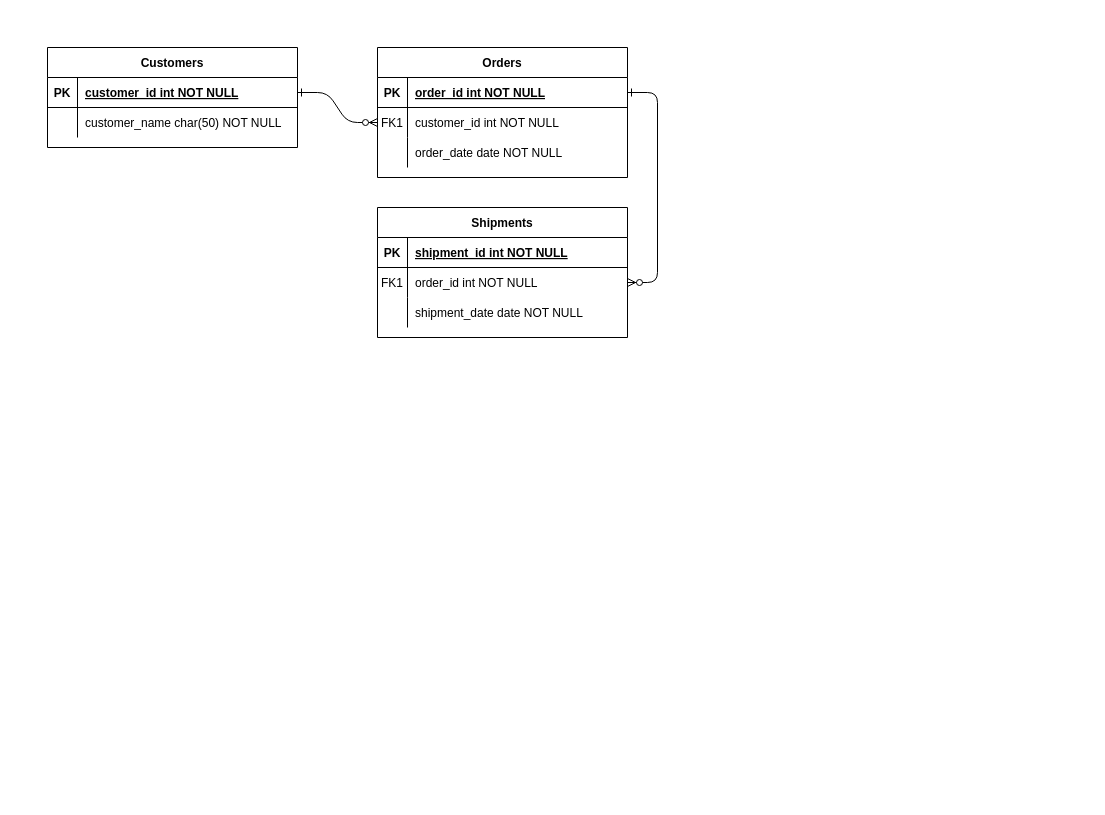
Before: db_modeling.drawio in MecaAlex/databases, a draw.io diagram. Source tidied: cells renumbered, new cells numbered last; positions are measured from the earlier drawing's top-left corner, leaving out a move shared by most shapes. Both pictures are drawn from the tidied source at 100%, with x=0, y=0 at pixel (47, 47).
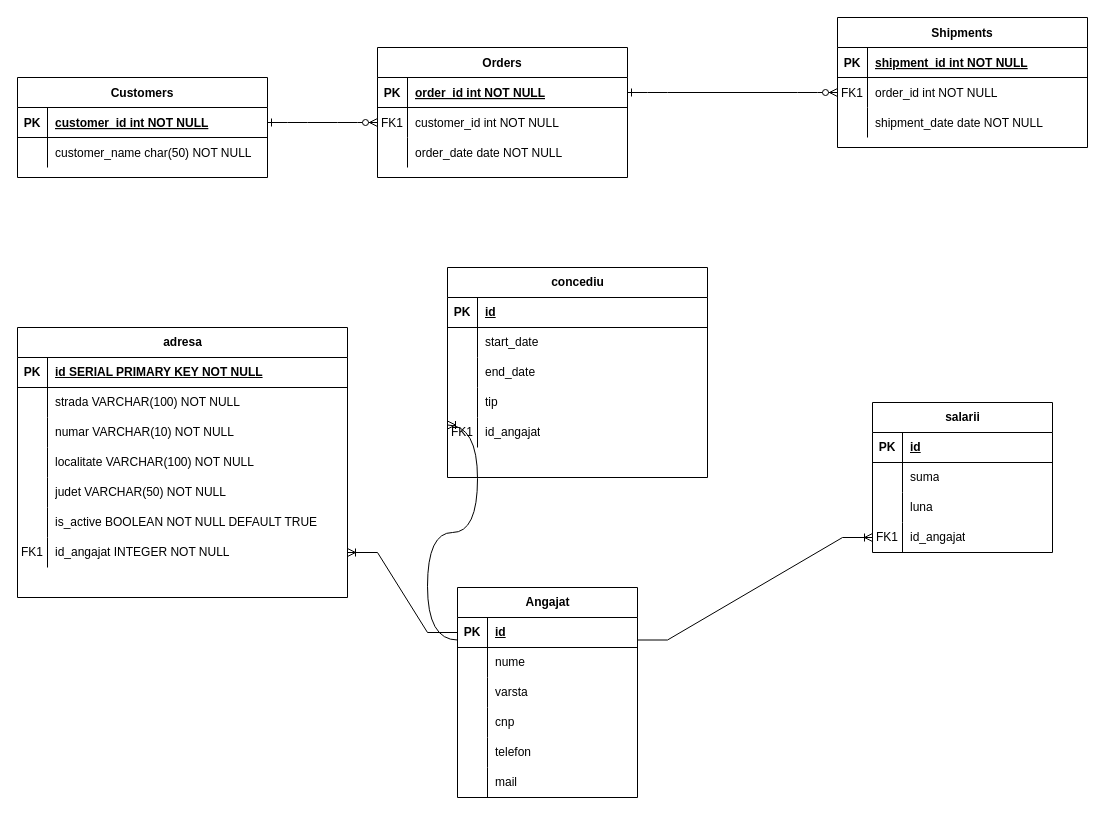
After the change.

Change to the diagram source:
```diff
@@
     <mxCell id="14" value="Shipments" style="shape=table;startSize=30;childLayout=tableLayout;rowLines=0;fontStyle=1;align=center;" parent="1" vertex="1">
-      <mxGeometry x="330" y="160" width="250" height="130" as="geometry" />
+      <mxGeometry x="790" y="-30" width="250" height="130" as="geometry" />
     </mxCell>
@@
     <mxCell id="24" value="Customers" style="shape=table;startSize=30;childLayout=tableLayout;rowLines=0;fontStyle=1;align=center;" parent="1" vertex="1">
-      <mxGeometry width="250" height="100" as="geometry" />
+      <mxGeometry x="-30" y="30" width="250" height="100" as="geometry" />
     </mxCell>
@@
+    <mxCell id="31" value="Angajat" style="shape=table;startSize=30;childLayout=tableLayout;rowLines=0;fontStyle=1;align=center;html=1;" parent="1" vertex="1">
+      <mxGeometry x="410" y="540" width="180" height="210" as="geometry" />
+    </mxCell>
+    <mxCell id="32" style="shape=tableRow;horizontal=0;startSize=0;swimlaneHead=0;swimlaneBody=0;fillColor=none;points=[[0,0.5],[1,0.5]];portConstraint=eastwest;top=0;left=0;right=0;bottom=1;" parent="31" vertex="1">
+      <mxGeometry y="30" width="180" height="30" as="geometry" />
+    </mxCell>
+    <mxCell id="33" value="PK" style="shape=partialRectangle;fillColor=none;top=0;left=0;bottom=0;right=0;fontStyle=1;overflow=hidden;whiteSpace=wrap;html=1;" parent="32" vertex="1">
+      <mxGeometry width="30" height="30" as="geometry" />
+    </mxCell>
+    <mxCell id="34" value="id" style="shape=partialRectangle;fillColor=none;top=0;left=0;bottom=0;right=0;align=left;spacingLeft=6;fontStyle=5;overflow=hidden;whiteSpace=wrap;html=1;" parent="32" vertex="1">
+      <mxGeometry x="30" width="150" height="30" as="geometry" />
+    </mxCell>
+    <mxCell id="35" style="shape=tableRow;horizontal=0;startSize=0;swimlaneHead=0;swimlaneBody=0;fillColor=none;top=0;left=0;right=0;bottom=0;" parent="31" vertex="1">
+      <mxGeometry y="60" width="180" height="30" as="geometry" />
+    </mxCell>
+    <mxCell id="36" style="shape=partialRectangle;fillColor=none;top=0;left=0;bottom=0;right=0;overflow=hidden;whiteSpace=wrap;html=1;" parent="35" vertex="1">
+      <mxGeometry width="30" height="30" as="geometry" />
+    </mxCell>
+    <mxCell id="37" value="nume" style="shape=partialRectangle;fillColor=none;top=0;left=0;bottom=0;right=0;align=left;spacingLeft=6;overflow=hidden;whiteSpace=wrap;html=1;" parent="35" vertex="1">
+      <mxGeometry x="30" width="150" height="30" as="geometry" />
+    </mxCell>
+    <mxCell id="38" style="shape=tableRow;horizontal=0;startSize=0;swimlaneHead=0;swimlaneBody=0;fillColor=none;top=0;left=0;right=0;bottom=0;" parent="31" vertex="1">
+      <mxGeometry y="90" width="180" height="30" as="geometry" />
+    </mxCell>
+    <mxCell id="39" style="shape=partialRectangle;fillColor=none;top=0;left=0;bottom=0;right=0;overflow=hidden;whiteSpace=wrap;html=1;" parent="38" vertex="1">
+      <mxGeometry width="30" height="30" as="geometry" />
+    </mxCell>
+    <mxCell id="40" value="varsta" style="shape=partialRectangle;fillColor=none;top=0;left=0;bottom=0;right=0;align=left;spacingLeft=6;overflow=hidden;whiteSpace=wrap;html=1;" parent="38" vertex="1">
+      <mxGeometry x="30" width="150" height="30" as="geometry" />
+    </mxCell>
+    <mxCell id="41" style="shape=tableRow;horizontal=0;startSize=0;swimlaneHead=0;swimlaneBody=0;fillColor=none;top=0;left=0;right=0;bottom=0;" parent="31" vertex="1">
+      <mxGeometry y="120" width="180" height="30" as="geometry" />
+    </mxCell>
+    <mxCell id="42" style="shape=partialRectangle;fillColor=none;top=0;left=0;bottom=0;right=0;overflow=hidden;whiteSpace=wrap;html=1;" parent="41" vertex="1">
+      <mxGeometry width="30" height="30" as="geometry" />
+    </mxCell>
+    <mxCell id="43" value="cnp" style="shape=partialRectangle;fillColor=none;top=0;left=0;bottom=0;right=0;align=left;spacingLeft=6;overflow=hidden;whiteSpace=wrap;html=1;" parent="41" vertex="1">
+      <mxGeometry x="30" width="150" height="30" as="geometry" />
+    </mxCell>
+    <mxCell id="44" style="shape=tableRow;horizontal=0;startSize=0;swimlaneHead=0;swimlaneBody=0;fillColor=none;top=0;left=0;right=0;bottom=0;" parent="31" vertex="1">
+      <mxGeometry y="150" width="180" height="30" as="geometry" />
+    </mxCell>
+    <mxCell id="45" style="shape=partialRectangle;fillColor=none;top=0;left=0;bottom=0;right=0;overflow=hidden;whiteSpace=wrap;html=1;" parent="44" vertex="1">
+      <mxGeometry width="30" height="30" as="geometry" />
+    </mxCell>
+    <mxCell id="46" value="telefon" style="shape=partialRectangle;fillColor=none;top=0;left=0;bottom=0;right=0;align=left;spacingLeft=6;overflow=hidden;whiteSpace=wrap;html=1;" parent="44" vertex="1">
+      <mxGeometry x="30" width="150" height="30" as="geometry" />
+    </mxCell>
+    <mxCell id="47" style="shape=tableRow;horizontal=0;startSize=0;swimlaneHead=0;swimlaneBody=0;fillColor=none;top=0;left=0;right=0;bottom=0;" parent="31" vertex="1">
+      <mxGeometry y="180" width="180" height="30" as="geometry" />
+    </mxCell>
+    <mxCell id="48" style="shape=partialRectangle;fillColor=none;top=0;left=0;bottom=0;right=0;overflow=hidden;whiteSpace=wrap;html=1;" parent="47" vertex="1">
+      <mxGeometry width="30" height="30" as="geometry" />
+    </mxCell>
+    <mxCell id="49" value="mail" style="shape=partialRectangle;fillColor=none;top=0;left=0;bottom=0;right=0;align=left;spacingLeft=6;overflow=hidden;whiteSpace=wrap;html=1;" parent="47" vertex="1">
+      <mxGeometry x="30" width="150" height="30" as="geometry" />
+    </mxCell>
+    <mxCell id="50" value="adresa" style="shape=table;startSize=30;childLayout=tableLayout;rowLines=0;fontStyle=1;align=center;html=1;" parent="1" vertex="1">
+      <mxGeometry x="-30" y="280" width="330" height="270" as="geometry" />
+    </mxCell>
+    <mxCell id="51" style="shape=tableRow;horizontal=0;startSize=0;swimlaneHead=0;swimlaneBody=0;fillColor=none;top=0;left=0;right=0;bottom=1;" parent="50" vertex="1">
+      <mxGeometry y="30" width="330" height="30" as="geometry" />
+    </mxCell>
+    <mxCell id="52" value="PK" style="shape=partialRectangle;fillColor=none;top=0;left=0;bottom=0;right=0;fontStyle=1;overflow=hidden;whiteSpace=wrap;html=1;" parent="51" vertex="1">
+      <mxGeometry width="30" height="30" as="geometry" />
+    </mxCell>
+    <mxCell id="53" value="id SERIAL PRIMARY KEY NOT NULL" style="shape=partialRectangle;fillColor=none;top=0;left=0;bottom=0;right=0;align=left;spacingLeft=6;fontStyle=5;overflow=hidden;whiteSpace=wrap;html=1;" parent="51" vertex="1">
+      <mxGeometry x="30" width="300" height="30" as="geometry" />
+    </mxCell>
+    <mxCell id="54" style="shape=tableRow;horizontal=0;startSize=0;swimlaneHead=0;swimlaneBody=0;fillColor=none;top=0;left=0;right=0;bottom=0;" parent="50" vertex="1">
+      <mxGeometry y="60" width="330" height="30" as="geometry" />
+    </mxCell>
+    <mxCell id="55" style="shape=partialRectangle;fillColor=none;top=0;left=0;bottom=0;right=0;overflow=hidden;whiteSpace=wrap;html=1;" parent="54" vertex="1">
+      <mxGeometry width="30" height="30" as="geometry" />
+    </mxCell>
+    <mxCell id="56" value="strada VARCHAR(100) NOT NULL" style="shape=partialRectangle;fillColor=none;top=0;left=0;bottom=0;right=0;align=left;spacingLeft=6;overflow=hidden;whiteSpace=wrap;html=1;" parent="54" vertex="1">
+      <mxGeometry x="30" width="300" height="30" as="geometry" />
+    </mxCell>
+    <mxCell id="57" style="shape=tableRow;horizontal=0;startSize=0;swimlaneHead=0;swimlaneBody=0;fillColor=none;top=0;left=0;right=0;bottom=0;" parent="50" vertex="1">
+      <mxGeometry y="90" width="330" height="30" as="geometry" />
+    </mxCell>
+    <mxCell id="58" style="shape=partialRectangle;fillColor=none;top=0;left=0;bottom=0;right=0;overflow=hidden;whiteSpace=wrap;html=1;" parent="57" vertex="1">
+      <mxGeometry width="30" height="30" as="geometry" />
+    </mxCell>
+    <mxCell id="59" value="numar VARCHAR(10) NOT NULL" style="shape=partialRectangle;fillColor=none;top=0;left=0;bottom=0;right=0;align=left;spacingLeft=6;overflow=hidden;whiteSpace=wrap;html=1;" parent="57" vertex="1">
+      <mxGeometry x="30" width="300" height="30" as="geometry" />
+    </mxCell>
+    <mxCell id="60" style="shape=tableRow;horizontal=0;startSize=0;swimlaneHead=0;swimlaneBody=0;fillColor=none;top=0;left=0;right=0;bottom=0;" parent="50" vertex="1">
+      <mxGeometry y="120" width="330" height="30" as="geometry" />
+    </mxCell>
+    <mxCell id="61" style="shape=partialRectangle;fillColor=none;top=0;left=0;bottom=0;right=0;overflow=hidden;whiteSpace=wrap;html=1;" parent="60" vertex="1">
+      <mxGeometry width="30" height="30" as="geometry" />
+    </mxCell>
+    <mxCell id="62" value="localitate VARCHAR(100) NOT NULL" style="shape=partialRectangle;fillColor=none;top=0;left=0;bottom=0;right=0;align=left;spacingLeft=6;overflow=hidden;whiteSpace=wrap;html=1;" parent="60" vertex="1">
+      <mxGeometry x="30" width="300" height="30" as="geometry" />
+    </mxCell>
+    <mxCell id="63" style="shape=tableRow;horizontal=0;startSize=0;swimlaneHead=0;swimlaneBody=0;fillColor=none;top=0;left=0;right=0;bottom=0;" parent="50" vertex="1">
+      <mxGeometry y="150" width="330" height="30" as="geometry" />
+    </mxCell>
+    <mxCell id="64" style="shape=partialRectangle;fillColor=none;top=0;left=0;bottom=0;right=0;overflow=hidden;whiteSpace=wrap;html=1;" parent="63" vertex="1">
+      <mxGeometry width="30" height="30" as="geometry" />
+    </mxCell>
+    <mxCell id="65" value="judet VARCHAR(50) NOT NULL" style="shape=partialRectangle;fillColor=none;top=0;left=0;bottom=0;right=0;align=left;spacingLeft=6;overflow=hidden;whiteSpace=wrap;html=1;" parent="63" vertex="1">
+      <mxGeometry x="30" width="300" height="30" as="geometry" />
+    </mxCell>
+    <mxCell id="66" style="shape=tableRow;horizontal=0;startSize=0;swimlaneHead=0;swimlaneBody=0;fillColor=none;top=0;left=0;right=0;bottom=0;" parent="50" vertex="1">
+      <mxGeometry y="180" width="330" height="30" as="geometry" />
+    </mxCell>
+    <mxCell id="67" style="shape=partialRectangle;fillColor=none;top=0;left=0;bottom=0;right=0;overflow=hidden;whiteSpace=wrap;html=1;" parent="66" vertex="1">
+      <mxGeometry width="30" height="30" as="geometry" />
+    </mxCell>
+    <mxCell id="68" value="is_active BOOLEAN NOT NULL DEFAULT TRUE" style="shape=partialRectangle;fillColor=none;top=0;left=0;bottom=0;right=0;align=left;spacingLeft=6;overflow=hidden;whiteSpace=wrap;html=1;" parent="66" vertex="1">
+      <mxGeometry x="30" width="300" height="30" as="geometry" />
+    </mxCell>
+    <mxCell id="69" style="shape=tableRow;horizontal=0;startSize=0;swimlaneHead=0;swimlaneBody=0;fillColor=none;points=[[0,0.5],[1,0.5]];portConstraint=eastwest;top=0;left=0;right=0;bottom=0;" parent="50" vertex="1">
+      <mxGeometry y="210" width="330" height="30" as="geometry" />
+    </mxCell>
+    <mxCell id="70" value="FK1" style="shape=partialRectangle;fillColor=none;top=0;left=0;bottom=0;right=0;overflow=hidden;whiteSpace=wrap;html=1;" parent="69" vertex="1">
+      <mxGeometry width="30" height="30" as="geometry" />
+    </mxCell>
+    <mxCell id="71" value="id_angajat INTEGER NOT NULL" style="shape=partialRectangle;fillColor=none;top=0;left=0;bottom=0;right=0;align=left;spacingLeft=6;overflow=hidden;whiteSpace=wrap;html=1;" parent="69" vertex="1">
+      <mxGeometry x="30" width="300" height="30" as="geometry" />
+    </mxCell>
+    <mxCell id="72" value="salarii" style="shape=table;startSize=30;childLayout=tableLayout;rowLines=0;fontStyle=1;align=center;html=1;" parent="1" vertex="1">
+      <mxGeometry x="825" y="355" width="180" height="150" as="geometry" />
+    </mxCell>
+    <mxCell id="73" style="shape=tableRow;horizontal=0;startSize=0;swimlaneHead=0;swimlaneBody=0;fillColor=none;top=0;left=0;right=0;bottom=1;" parent="72" vertex="1">
+      <mxGeometry y="30" width="180" height="30" as="geometry" />
+    </mxCell>
+    <mxCell id="74" value="PK" style="shape=partialRectangle;fillColor=none;top=0;left=0;bottom=0;right=0;fontStyle=1;overflow=hidden;whiteSpace=wrap;html=1;" parent="73" vertex="1">
+      <mxGeometry width="30" height="30" as="geometry" />
+    </mxCell>
+    <mxCell id="75" value="id" style="shape=partialRectangle;fillColor=none;top=0;left=0;bottom=0;right=0;align=left;spacingLeft=6;fontStyle=5;overflow=hidden;whiteSpace=wrap;html=1;" parent="73" vertex="1">
+      <mxGeometry x="30" width="150" height="30" as="geometry" />
+    </mxCell>
+    <mxCell id="76" style="shape=tableRow;horizontal=0;startSize=0;swimlaneHead=0;swimlaneBody=0;fillColor=none;top=0;left=0;right=0;bottom=0;" parent="72" vertex="1">
+      <mxGeometry y="60" width="180" height="30" as="geometry" />
+    </mxCell>
+    <mxCell id="77" style="shape=partialRectangle;fillColor=none;top=0;left=0;bottom=0;right=0;overflow=hidden;whiteSpace=wrap;html=1;" parent="76" vertex="1">
+      <mxGeometry width="30" height="30" as="geometry" />
+    </mxCell>
+    <mxCell id="78" value="suma" style="shape=partialRectangle;fillColor=none;top=0;left=0;bottom=0;right=0;align=left;spacingLeft=6;overflow=hidden;whiteSpace=wrap;html=1;" parent="76" vertex="1">
+      <mxGeometry x="30" width="150" height="30" as="geometry" />
+    </mxCell>
+    <mxCell id="79" style="shape=tableRow;horizontal=0;startSize=0;swimlaneHead=0;swimlaneBody=0;fillColor=none;top=0;left=0;right=0;bottom=0;" parent="72" vertex="1">
+      <mxGeometry y="90" width="180" height="30" as="geometry" />
+    </mxCell>
+    <mxCell id="80" style="shape=partialRectangle;fillColor=none;top=0;left=0;bottom=0;right=0;overflow=hidden;whiteSpace=wrap;html=1;" parent="79" vertex="1">
+      <mxGeometry width="30" height="30" as="geometry" />
+    </mxCell>
+    <mxCell id="81" value="luna" style="shape=partialRectangle;fillColor=none;top=0;left=0;bottom=0;right=0;align=left;spacingLeft=6;overflow=hidden;whiteSpace=wrap;html=1;" parent="79" vertex="1">
+      <mxGeometry x="30" width="150" height="30" as="geometry" />
+    </mxCell>
+    <mxCell id="82" style="shape=tableRow;horizontal=0;startSize=0;swimlaneHead=0;swimlaneBody=0;fillColor=none;points=[[0,0.5],[1,0.5]];portConstraint=eastwest;top=0;left=0;right=0;bottom=0;" parent="72" vertex="1">
+      <mxGeometry y="120" width="180" height="30" as="geometry" />
+    </mxCell>
+    <mxCell id="83" value="FK1" style="shape=partialRectangle;fillColor=none;top=0;left=0;bottom=0;right=0;overflow=hidden;whiteSpace=wrap;html=1;" parent="82" vertex="1">
+      <mxGeometry width="30" height="30" as="geometry" />
+    </mxCell>
+    <mxCell id="84" value="id_angajat" style="shape=partialRectangle;fillColor=none;top=0;left=0;bottom=0;right=0;align=left;spacingLeft=6;overflow=hidden;whiteSpace=wrap;html=1;" parent="82" vertex="1">
+      <mxGeometry x="30" width="150" height="30" as="geometry" />
+    </mxCell>
+    <mxCell id="85" style="edgeStyle=entityRelationEdgeStyle;fontSize=12;html=1;endArrow=ERoneToMany;rounded=0;exitX=0;exitY=0.5;exitDx=0;exitDy=0;entryX=1;entryY=0.5;entryDx=0;entryDy=0;" parent="1" edge="1" source="32" target="69">
+      <mxGeometry relative="1" as="geometry" />
+    </mxCell>
+    <mxCell id="86" style="edgeStyle=entityRelationEdgeStyle;fontSize=12;html=1;endArrow=ERoneToMany;rounded=0;exitX=0;exitY=0.25;exitDx=0;exitDy=0;entryX=0;entryY=0.75;entryDx=0;entryDy=0;curved=1;" parent="1" edge="1" source="31" target="87">
+      <mxGeometry relative="1" as="geometry">
+        <Array as="points">
+          <mxPoint x="360" y="430" />
+          <mxPoint x="370" y="420" />
+        </Array>
+      </mxGeometry>
+    </mxCell>
+    <mxCell id="87" value="concediu" style="shape=table;startSize=30;childLayout=tableLayout;rowLines=0;fontStyle=1;align=center;html=1;" parent="1" vertex="1">
+      <mxGeometry x="400" y="220" width="260" height="210" as="geometry" />
+    </mxCell>
+    <mxCell id="88" style="shape=tableRow;horizontal=0;startSize=0;swimlaneHead=0;swimlaneBody=0;fillColor=none;top=0;left=0;right=0;bottom=1;" parent="87" vertex="1">
+      <mxGeometry y="30" width="260" height="30" as="geometry" />
+    </mxCell>
+    <mxCell id="89" value="PK" style="shape=partialRectangle;fillColor=none;top=0;left=0;bottom=0;right=0;fontStyle=1;overflow=hidden;whiteSpace=wrap;html=1;" parent="88" vertex="1">
+      <mxGeometry width="30" height="30" as="geometry" />
+    </mxCell>
+    <mxCell id="90" value="id" style="shape=partialRectangle;fillColor=none;top=0;left=0;bottom=0;right=0;align=left;spacingLeft=6;fontStyle=5;overflow=hidden;whiteSpace=wrap;html=1;" parent="88" vertex="1">
+      <mxGeometry x="30" width="230" height="30" as="geometry" />
+    </mxCell>
+    <mxCell id="91" style="shape=tableRow;horizontal=0;startSize=0;swimlaneHead=0;swimlaneBody=0;fillColor=none;top=0;left=0;right=0;bottom=0;" parent="87" vertex="1">
+      <mxGeometry y="60" width="260" height="30" as="geometry" />
+    </mxCell>
+    <mxCell id="92" style="shape=partialRectangle;fillColor=none;top=0;left=0;bottom=0;right=0;overflow=hidden;whiteSpace=wrap;html=1;" parent="91" vertex="1">
+      <mxGeometry width="30" height="30" as="geometry" />
+    </mxCell>
+    <mxCell id="93" value="start_date" style="shape=partialRectangle;fillColor=none;top=0;left=0;bottom=0;right=0;align=left;spacingLeft=6;overflow=hidden;whiteSpace=wrap;html=1;" parent="91" vertex="1">
+      <mxGeometry x="30" width="230" height="30" as="geometry" />
+    </mxCell>
+    <mxCell id="94" style="shape=tableRow;horizontal=0;startSize=0;swimlaneHead=0;swimlaneBody=0;fillColor=none;top=0;left=0;right=0;bottom=0;" parent="87" vertex="1">
+      <mxGeometry y="90" width="260" height="30" as="geometry" />
+    </mxCell>
+    <mxCell id="95" style="shape=partialRectangle;fillColor=none;top=0;left=0;bottom=0;right=0;overflow=hidden;whiteSpace=wrap;html=1;" parent="94" vertex="1">
+      <mxGeometry width="30" height="30" as="geometry" />
+    </mxCell>
+    <mxCell id="96" value="end_date" style="shape=partialRectangle;fillColor=none;top=0;left=0;bottom=0;right=0;align=left;spacingLeft=6;overflow=hidden;whiteSpace=wrap;html=1;" parent="94" vertex="1">
+      <mxGeometry x="30" width="230" height="30" as="geometry" />
+    </mxCell>
+    <mxCell id="97" style="shape=tableRow;horizontal=0;startSize=0;swimlaneHead=0;swimlaneBody=0;fillColor=none;top=0;left=0;right=0;bottom=0;" parent="87" vertex="1">
+      <mxGeometry y="120" width="260" height="30" as="geometry" />
+    </mxCell>
+    <mxCell id="98" style="shape=partialRectangle;fillColor=none;top=0;left=0;bottom=0;right=0;overflow=hidden;whiteSpace=wrap;html=1;" parent="97" vertex="1">
+      <mxGeometry width="30" height="30" as="geometry" />
+    </mxCell>
+    <mxCell id="99" value="tip" style="shape=partialRectangle;fillColor=none;top=0;left=0;bottom=0;right=0;align=left;spacingLeft=6;overflow=hidden;whiteSpace=wrap;html=1;" parent="97" vertex="1">
+      <mxGeometry x="30" width="230" height="30" as="geometry" />
+    </mxCell>
+    <mxCell id="100" style="shape=tableRow;horizontal=0;startSize=0;swimlaneHead=0;swimlaneBody=0;fillColor=none;top=0;left=0;right=0;bottom=0;" parent="87" vertex="1">
+      <mxGeometry y="150" width="260" height="30" as="geometry" />
+    </mxCell>
+    <mxCell id="101" value="FK1" style="shape=partialRectangle;fillColor=none;top=0;left=0;bottom=0;right=0;overflow=hidden;whiteSpace=wrap;html=1;" parent="100" vertex="1">
+      <mxGeometry width="30" height="30" as="geometry" />
+    </mxCell>
+    <mxCell id="102" value="id_angajat" style="shape=partialRectangle;fillColor=none;top=0;left=0;bottom=0;right=0;align=left;spacingLeft=6;overflow=hidden;whiteSpace=wrap;html=1;" parent="100" vertex="1">
+      <mxGeometry x="30" width="230" height="30" as="geometry" />
+    </mxCell>
+    <mxCell id="103" style="edgeStyle=entityRelationEdgeStyle;fontSize=12;html=1;endArrow=ERoneToMany;rounded=0;exitX=1;exitY=0.25;exitDx=0;exitDy=0;entryX=0;entryY=0.5;entryDx=0;entryDy=0;" parent="1" edge="1" source="31" target="82">
+      <mxGeometry relative="1" as="geometry" />
+    </mxCell>
```
